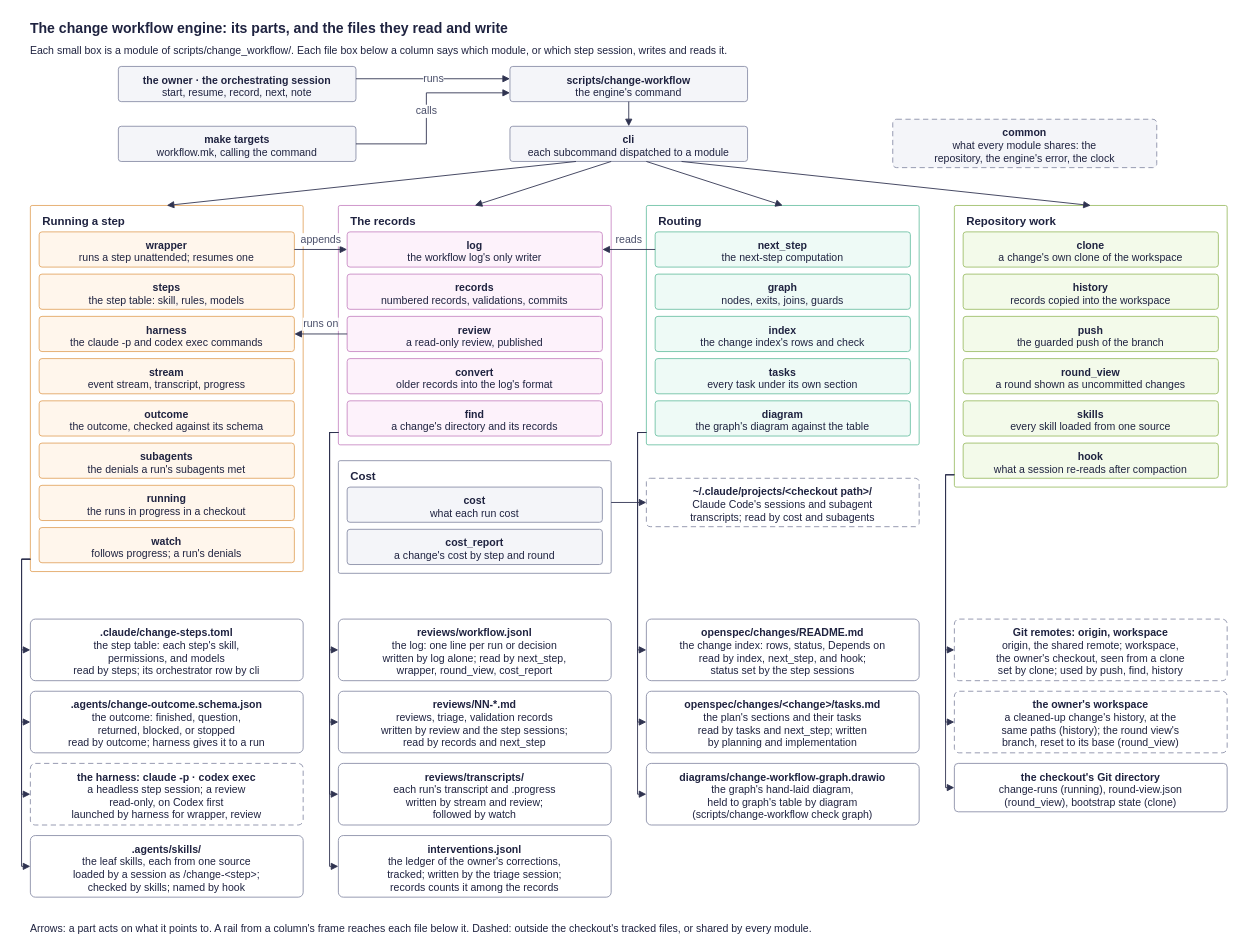
Above: openspec/specs/change-workflow/diagrams/change-workflow-engine-parts.drawio in arkhai-io/simple-compute-market (draw.io), before the change. Source tidied: cells renumbered, new cells numbered last; positions are measured from the earlier drawing's top-left corner, leaving out a move shared by most shapes. Both pictures are drawn from the tidied source at 88%, with x=0, y=0 at pixel (21, 15).
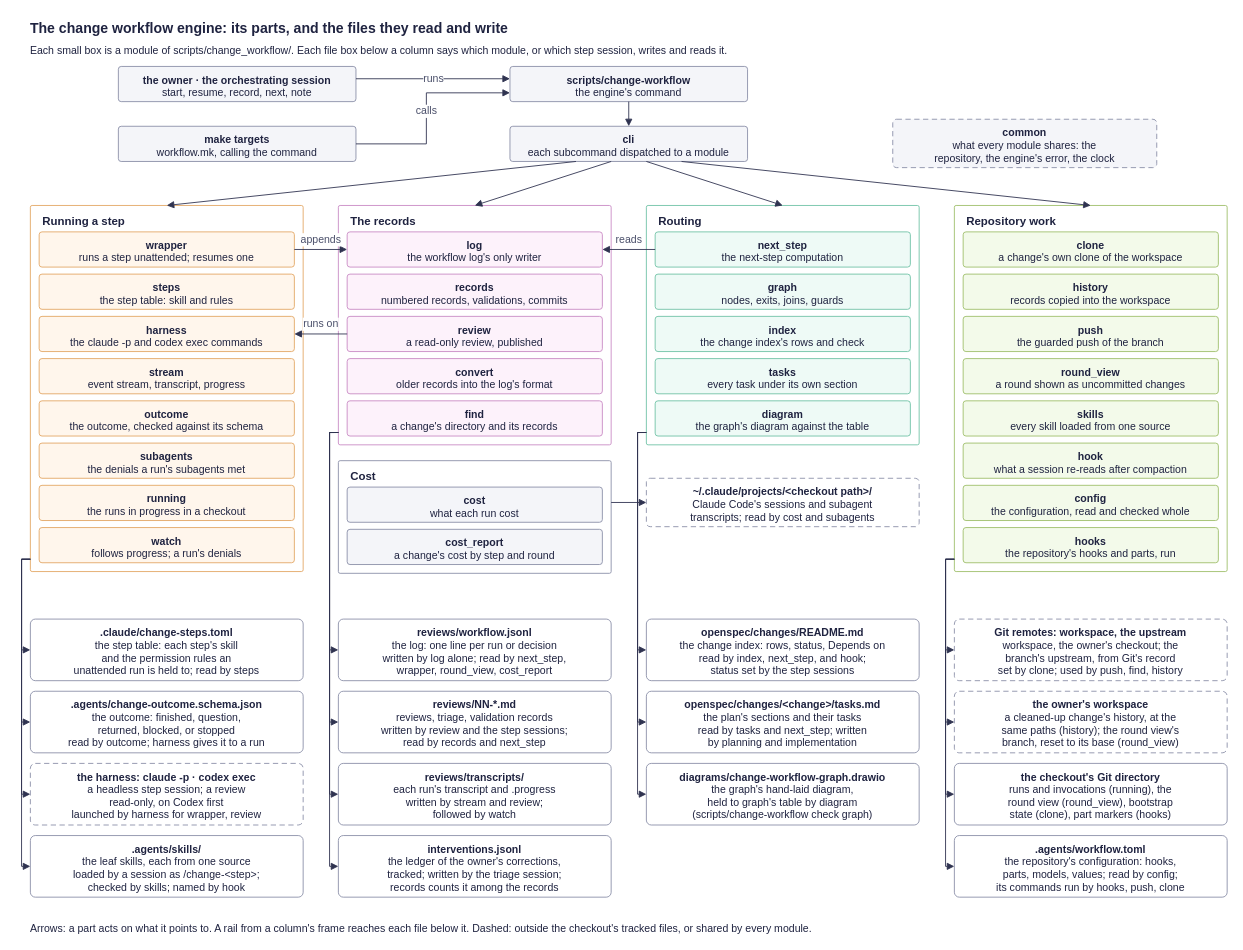
Above is the later version.

The change refers to these unchanged cells:
```xml
<mxCell id="53" value="&lt;b&gt;the owner's workspace&lt;/b&gt;&lt;br&gt;a cleaned-up change's history, at the&lt;br&gt;same paths (history); the round view's&lt;br&gt;branch, reset to its base (round_view)" style="rounded=1;arcSize=8;whiteSpace=wrap;html=1;verticalAlign=top;spacingTop=2;fontSize=12;fontColor=#1f2340;fillColor=#ffffff;strokeColor=#8a8fa8;dashed=1;dashPattern=6 4;" parent="1" vertex="1">
  <mxGeometry x="1060" y="768" width="310" height="70" as="geometry" />
</mxCell>
```

The edit, as a diff of the source:
```diff
@@
-    <mxCell id="11" value="&lt;b&gt;steps&lt;/b&gt;&lt;br&gt;the step table: skill, rules, models" style="rounded=1;arcSize=8;whiteSpace=wrap;html=1;verticalAlign=top;spacingTop=2;fontSize=12;fontColor=#1f2340;fillColor=#fff6ec;strokeColor=#e3a765;" parent="1" vertex="1">
+    <mxCell id="11" value="&lt;b&gt;steps&lt;/b&gt;&lt;br&gt;the step table: skill and rules" style="rounded=1;arcSize=8;whiteSpace=wrap;html=1;verticalAlign=top;spacingTop=2;fontSize=12;fontColor=#1f2340;fillColor=#fff6ec;strokeColor=#e3a765;" parent="1" vertex="1">
       <mxGeometry x="20" y="294" width="290" height="40" as="geometry" />
     </mxCell>
@@
     <mxCell id="33" value="&lt;b&gt;Repository work&lt;/b&gt;" style="rounded=1;arcSize=4;absoluteArcSize=1;whiteSpace=wrap;html=1;verticalAlign=top;align=left;spacingLeft=12;spacingTop=4;fontSize=13;fontColor=#1f2340;fillColor=#ffffff;strokeColor=#9fbf6a;" parent="1" vertex="1">
-      <mxGeometry x="1060" y="216" width="310" height="320" as="geometry" />
+      <mxGeometry x="1060" y="216" width="310" height="416" as="geometry" />
     </mxCell>
@@
+    <mxCell id="81" value="&lt;b&gt;config&lt;/b&gt;&lt;br&gt;the configuration, read and checked whole" style="rounded=1;arcSize=8;whiteSpace=wrap;html=1;verticalAlign=top;spacingTop=2;fontSize=12;fontColor=#1f2340;fillColor=#f3faea;strokeColor=#9fbf6a;" parent="1" vertex="1">
+      <mxGeometry x="1070" y="534" width="290" height="40" as="geometry" />
+    </mxCell>
+    <mxCell id="82" value="&lt;b&gt;hooks&lt;/b&gt;&lt;br&gt;the repository's hooks and parts, run" style="rounded=1;arcSize=8;whiteSpace=wrap;html=1;verticalAlign=top;spacingTop=2;fontSize=12;fontColor=#1f2340;fillColor=#f3faea;strokeColor=#9fbf6a;" parent="1" vertex="1">
+      <mxGeometry x="1070" y="582" width="290" height="40" as="geometry" />
+    </mxCell>
@@
-    <mxCell id="41" value="&lt;b&gt;.claude/change-steps.toml&lt;/b&gt;&lt;br&gt;the step table: each step's skill,&lt;br&gt;permissions, and models&lt;br&gt;read by steps; its orchestrator row by cli" style="rounded=1;arcSize=8;whiteSpace=wrap;html=1;verticalAlign=top;spacingTop=2;fontSize=12;fontColor=#1f2340;fillColor=#ffffff;strokeColor=#8a8fa8;" parent="1" vertex="1">
+    <mxCell id="41" value="&lt;b&gt;.claude/change-steps.toml&lt;/b&gt;&lt;br&gt;the step table: each step's skill&lt;br&gt;and the permission rules an&lt;br&gt;unattended run is held to; read by steps" style="rounded=1;arcSize=8;whiteSpace=wrap;html=1;verticalAlign=top;spacingTop=2;fontSize=12;fontColor=#1f2340;fillColor=#ffffff;strokeColor=#8a8fa8;" parent="1" vertex="1">
       <mxGeometry x="10" y="686" width="310" height="70" as="geometry" />
     </mxCell>
@@
-    <mxCell id="52" value="&lt;b&gt;Git remotes: origin, workspace&lt;/b&gt;&lt;br&gt;origin, the shared remote; workspace,&lt;br&gt;the owner's checkout, seen from a clone&lt;br&gt;set by clone; used by push, find, history" style="rounded=1;arcSize=8;whiteSpace=wrap;html=1;verticalAlign=top;spacingTop=2;fontSize=12;fontColor=#1f2340;fillColor=#ffffff;strokeColor=#8a8fa8;dashed=1;dashPattern=6 4;" parent="1" vertex="1">
+    <mxCell id="52" value="&lt;b&gt;Git remotes: workspace, the upstream&lt;/b&gt;&lt;br&gt;workspace, the owner's checkout; the&lt;br&gt;branch's upstream, from Git's record&lt;br&gt;set by clone; used by push, find, history" style="rounded=1;arcSize=8;whiteSpace=wrap;html=1;verticalAlign=top;spacingTop=2;fontSize=12;fontColor=#1f2340;fillColor=#ffffff;strokeColor=#8a8fa8;dashed=1;dashPattern=6 4;" parent="1" vertex="1">
       <mxGeometry x="1060" y="686" width="310" height="70" as="geometry" />
     </mxCell>
@@
-    <mxCell id="54" value="&lt;b&gt;the checkout's Git directory&lt;/b&gt;&lt;br&gt;change-runs (running), round-view.json&lt;br&gt;(round_view), bootstrap state (clone)" style="rounded=1;arcSize=8;whiteSpace=wrap;html=1;verticalAlign=top;spacingTop=2;fontSize=12;fontColor=#1f2340;fillColor=#ffffff;strokeColor=#8a8fa8;" parent="1" vertex="1">
-      <mxGeometry x="1060" y="850" width="310" height="55" as="geometry" />
+    <mxCell id="54" value="&lt;b&gt;the checkout's Git directory&lt;/b&gt;&lt;br&gt;runs and invocations (running), the&lt;br&gt;round view (round_view), bootstrap&lt;br&gt;state (clone), part markers (hooks)" style="rounded=1;arcSize=8;whiteSpace=wrap;html=1;verticalAlign=top;spacingTop=2;fontSize=12;fontColor=#1f2340;fillColor=#ffffff;strokeColor=#8a8fa8;" parent="1" vertex="1">
+      <mxGeometry x="1060" y="850" width="310" height="70" as="geometry" />
     </mxCell>
+    <mxCell id="83" value="&lt;b&gt;.agents/workflow.toml&lt;/b&gt;&lt;br&gt;the repository's configuration: hooks,&lt;br&gt;parts, models, values; read by config;&lt;br&gt;its commands run by hooks, push, clone" style="rounded=1;arcSize=8;whiteSpace=wrap;html=1;verticalAlign=top;spacingTop=2;fontSize=12;fontColor=#1f2340;fillColor=#ffffff;strokeColor=#8a8fa8;" parent="1" vertex="1">
+      <mxGeometry x="1060" y="932" width="310" height="70" as="geometry" />
+    </mxCell>
@@
-    <mxCell id="78" style="endArrow=block;endFill=1;html=1;rounded=0;strokeColor=#2f3350;fontSize=12;fontColor=#4a4f6a;labelBackgroundColor=#ffffff;exitX=0;exitY=0.9563;exitDx=0;exitDy=0;exitPerimeter=0;entryX=0;entryY=0.5;entryDx=0;entryDy=0;entryPerimeter=0;" parent="1" edge="1" source="33" target="52">
+    <mxCell id="78" style="endArrow=block;endFill=1;html=1;rounded=0;strokeColor=#2f3350;fontSize=12;fontColor=#4a4f6a;labelBackgroundColor=#ffffff;exitX=0;exitY=0.9663;exitDx=0;exitDy=0;exitPerimeter=0;entryX=0;entryY=0.5;entryDx=0;entryDy=0;entryPerimeter=0;" parent="1" edge="1" source="33" target="52">
       <mxGeometry relative="1" as="geometry">
         <Array as="points">
-          <mxPoint x="1050" y="522" />
+          <mxPoint x="1050" y="618" />
           <mxPoint x="1050" y="721" />
         </Array>
       </mxGeometry>
     </mxCell>
-    <mxCell id="79" style="endArrow=block;endFill=1;html=1;rounded=0;strokeColor=#2f3350;fontSize=12;fontColor=#4a4f6a;labelBackgroundColor=#ffffff;exitX=0;exitY=0.9563;exitDx=0;exitDy=0;exitPerimeter=0;entryX=0;entryY=0.5;entryDx=0;entryDy=0;entryPerimeter=0;" parent="1" edge="1" source="33" target="53">
+    <mxCell id="79" style="endArrow=block;endFill=1;html=1;rounded=0;strokeColor=#2f3350;fontSize=12;fontColor=#4a4f6a;labelBackgroundColor=#ffffff;exitX=0;exitY=0.9663;exitDx=0;exitDy=0;exitPerimeter=0;entryX=0;entryY=0.5;entryDx=0;entryDy=0;entryPerimeter=0;" parent="1" edge="1" source="33" target="53">
       <mxGeometry relative="1" as="geometry">
         <Array as="points">
-          <mxPoint x="1050" y="522" />
+          <mxPoint x="1050" y="618" />
           <mxPoint x="1050" y="803" />
         </Array>
       </mxGeometry>
     </mxCell>
-    <mxCell id="80" style="endArrow=block;endFill=1;html=1;rounded=0;strokeColor=#2f3350;fontSize=12;fontColor=#4a4f6a;labelBackgroundColor=#ffffff;exitX=0;exitY=0.9563;exitDx=0;exitDy=0;exitPerimeter=0;entryX=0;entryY=0.5;entryDx=0;entryDy=0;entryPerimeter=0;" parent="1" edge="1" source="33" target="54">
+    <mxCell id="80" style="endArrow=block;endFill=1;html=1;rounded=0;strokeColor=#2f3350;fontSize=12;fontColor=#4a4f6a;labelBackgroundColor=#ffffff;exitX=0;exitY=0.9663;exitDx=0;exitDy=0;exitPerimeter=0;entryX=0;entryY=0.5;entryDx=0;entryDy=0;entryPerimeter=0;" parent="1" edge="1" source="33" target="54">
       <mxGeometry relative="1" as="geometry">
         <Array as="points">
-          <mxPoint x="1050" y="522" />
-          <mxPoint x="1050" y="877.5" />
+          <mxPoint x="1050" y="618" />
+          <mxPoint x="1050" y="885" />
         </Array>
       </mxGeometry>
     </mxCell>
+    <mxCell id="84" style="endArrow=block;endFill=1;html=1;rounded=0;strokeColor=#2f3350;fontSize=12;fontColor=#4a4f6a;labelBackgroundColor=#ffffff;exitX=0;exitY=0.9663;exitDx=0;exitDy=0;exitPerimeter=0;entryX=0;entryY=0.5;entryDx=0;entryDy=0;entryPerimeter=0;" parent="1" edge="1" source="33" target="83">
+      <mxGeometry relative="1" as="geometry">
+        <Array as="points">
+          <mxPoint x="1050" y="618" />
+          <mxPoint x="1050" y="967" />
+        </Array>
+      </mxGeometry>
+    </mxCell>
```
